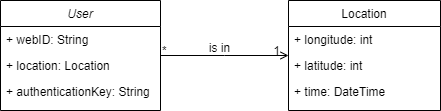
Arquisoft/radarin_en2b keeps this draw.io diagram as webapp/docs/images/domainModel.png. Above is the earlier version. Source tidied: cells renumbered, new cells last; positions are measured from the earlier drawing's top-left corner, leaving out a move shared by most shapes. Its diagram source:
```xml
<mxGraphModel>
  <root>
    <mxCell id="0" />
    <mxCell id="1" parent="0" />
    <mxCell id="2" value="User" style="swimlane;fontStyle=2;align=center;verticalAlign=top;horizontal=1;startSize=26;rounded=0;shadow=0;strokeWidth=1;" parent="1" vertex="1">
      <mxGeometry width="160" height="110" as="geometry" />
    </mxCell>
    <mxCell id="3" value="+ webID: String" style="text;align=left;verticalAlign=top;spacingLeft=4;spacingRight=4;overflow=hidden;" parent="2" vertex="1">
      <mxGeometry y="26" width="160" height="26" as="geometry" />
    </mxCell>
    <mxCell id="4" value="+ location: Location" style="text;align=left;verticalAlign=top;spacingLeft=4;spacingRight=4;overflow=hidden;rounded=0;shadow=0;html=0;" parent="2" vertex="1">
      <mxGeometry y="52" width="160" height="26" as="geometry" />
    </mxCell>
    <mxCell id="5" value="+ authenticationKey: String" style="text;align=left;verticalAlign=top;spacingLeft=4;spacingRight=4;overflow=hidden;rounded=0;shadow=0;html=0;" parent="2" vertex="1">
      <mxGeometry y="78" width="160" height="26" as="geometry" />
    </mxCell>
    <mxCell id="6" value="Location" style="swimlane;fontStyle=0;align=center;verticalAlign=top;horizontal=1;startSize=26;rounded=0;shadow=0;strokeWidth=1;" parent="1" vertex="1">
      <mxGeometry x="288" width="152" height="110" as="geometry" />
    </mxCell>
    <mxCell id="7" value="+ longitude: int" style="text;align=left;verticalAlign=top;spacingLeft=4;spacingRight=4;overflow=hidden;" parent="6" vertex="1">
      <mxGeometry y="26" width="152" height="26" as="geometry" />
    </mxCell>
    <mxCell id="8" value="+ latitude: int" style="text;align=left;verticalAlign=top;spacingLeft=4;spacingRight=4;overflow=hidden;rounded=0;shadow=0;html=0;" parent="6" vertex="1">
      <mxGeometry y="52" width="152" height="26" as="geometry" />
    </mxCell>
    <mxCell id="9" value="+ time: DateTime&#10;" style="text;align=left;verticalAlign=top;spacingLeft=4;spacingRight=4;overflow=hidden;rounded=0;shadow=0;html=0;" parent="6" vertex="1">
      <mxGeometry y="78" width="152" height="26" as="geometry" />
    </mxCell>
    <mxCell id="10" style="endArrow=open;shadow=0;strokeWidth=1;rounded=0;endFill=1;edgeStyle=elbowEdgeStyle;elbow=vertical;" parent="1" edge="1" source="2" target="6">
      <mxGeometry x="0.5" y="41" relative="1" as="geometry">
        <mxPoint x="-40" y="32" as="offset" />
      </mxGeometry>
    </mxCell>
    <mxCell id="11" value="*" style="align=left;verticalAlign=bottom;labelBackgroundColor=none;fontSize=12;" parent="10" vertex="1">
      <mxGeometry x="-1" relative="1" as="geometry">
        <mxPoint y="4" as="offset" />
      </mxGeometry>
    </mxCell>
    <mxCell id="12" value="1" style="align=right;verticalAlign=bottom;labelBackgroundColor=none;fontSize=12;" parent="10" vertex="1">
      <mxGeometry x="1" relative="1" as="geometry">
        <mxPoint x="-7" y="4" as="offset" />
      </mxGeometry>
    </mxCell>
    <mxCell id="13" value="is in" style="text;html=1;align=center;verticalAlign=middle;labelBackgroundColor=none;rounded=0;shadow=0;strokeWidth=1;fontSize=12;" parent="10" vertex="1">
      <mxGeometry x="0.5" y="49" relative="1" as="geometry">
        <mxPoint x="-38" y="40" as="offset" />
      </mxGeometry>
    </mxCell>
  </root>
</mxGraphModel>
```
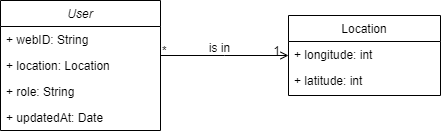
The same file after the commit.

What changed in the source:
```diff
@@ -3,7 +3,7 @@
     <mxCell id="0" />
     <mxCell id="1" parent="0" />
     <mxCell id="2" value="User" style="swimlane;fontStyle=2;align=center;verticalAlign=top;horizontal=1;startSize=26;rounded=0;shadow=0;strokeWidth=1;" parent="1" vertex="1">
-      <mxGeometry width="160" height="110" as="geometry" />
+      <mxGeometry width="160" height="130" as="geometry" />
     </mxCell>
     <mxCell id="3" value="+ webID: String" style="text;align=left;verticalAlign=top;spacingLeft=4;spacingRight=4;overflow=hidden;" parent="2" vertex="1">
       <mxGeometry y="26" width="160" height="26" as="geometry" />
@@ -11,11 +11,14 @@
     <mxCell id="4" value="+ location: Location" style="text;align=left;verticalAlign=top;spacingLeft=4;spacingRight=4;overflow=hidden;rounded=0;shadow=0;html=0;" parent="2" vertex="1">
       <mxGeometry y="52" width="160" height="26" as="geometry" />
     </mxCell>
+    <mxCell id="14" value="+ role: String" style="text;align=left;verticalAlign=top;spacingLeft=4;spacingRight=4;overflow=hidden;rounded=0;shadow=0;html=0;" parent="2" vertex="1">
+      <mxGeometry y="78" width="160" height="26" as="geometry" />
+    </mxCell>
-    <mxCell id="5" value="+ authenticationKey: String" style="text;align=left;verticalAlign=top;spacingLeft=4;spacingRight=4;overflow=hidden;rounded=0;shadow=0;html=0;" parent="2" vertex="1">
-      <mxGeometry y="78" width="160" height="26" as="geometry" />
+    <mxCell id="5" value="+ updatedAt: Date" style="text;align=left;verticalAlign=top;spacingLeft=4;spacingRight=4;overflow=hidden;rounded=0;shadow=0;html=0;" parent="2" vertex="1">
+      <mxGeometry y="104" width="160" height="26" as="geometry" />
     </mxCell>
     <mxCell id="6" value="Location" style="swimlane;fontStyle=0;align=center;verticalAlign=top;horizontal=1;startSize=26;rounded=0;shadow=0;strokeWidth=1;" parent="1" vertex="1">
-      <mxGeometry x="288" width="152" height="110" as="geometry" />
+      <mxGeometry x="288" y="15" width="152" height="80" as="geometry" />
     </mxCell>
     <mxCell id="7" value="+ longitude: int" style="text;align=left;verticalAlign=top;spacingLeft=4;spacingRight=4;overflow=hidden;" parent="6" vertex="1">
       <mxGeometry y="26" width="152" height="26" as="geometry" />
@@ -23,9 +26,6 @@
     <mxCell id="8" value="+ latitude: int" style="text;align=left;verticalAlign=top;spacingLeft=4;spacingRight=4;overflow=hidden;rounded=0;shadow=0;html=0;" parent="6" vertex="1">
       <mxGeometry y="52" width="152" height="26" as="geometry" />
     </mxCell>
-    <mxCell id="9" value="+ time: DateTime&#10;" style="text;align=left;verticalAlign=top;spacingLeft=4;spacingRight=4;overflow=hidden;rounded=0;shadow=0;html=0;" parent="6" vertex="1">
-      <mxGeometry y="78" width="152" height="26" as="geometry" />
-    </mxCell>
     <mxCell id="10" style="endArrow=open;shadow=0;strokeWidth=1;rounded=0;endFill=1;edgeStyle=elbowEdgeStyle;elbow=vertical;" parent="1" edge="1" source="2" target="6">
       <mxGeometry x="0.5" y="41" relative="1" as="geometry">
         <mxPoint x="-40" y="32" as="offset" />
```
